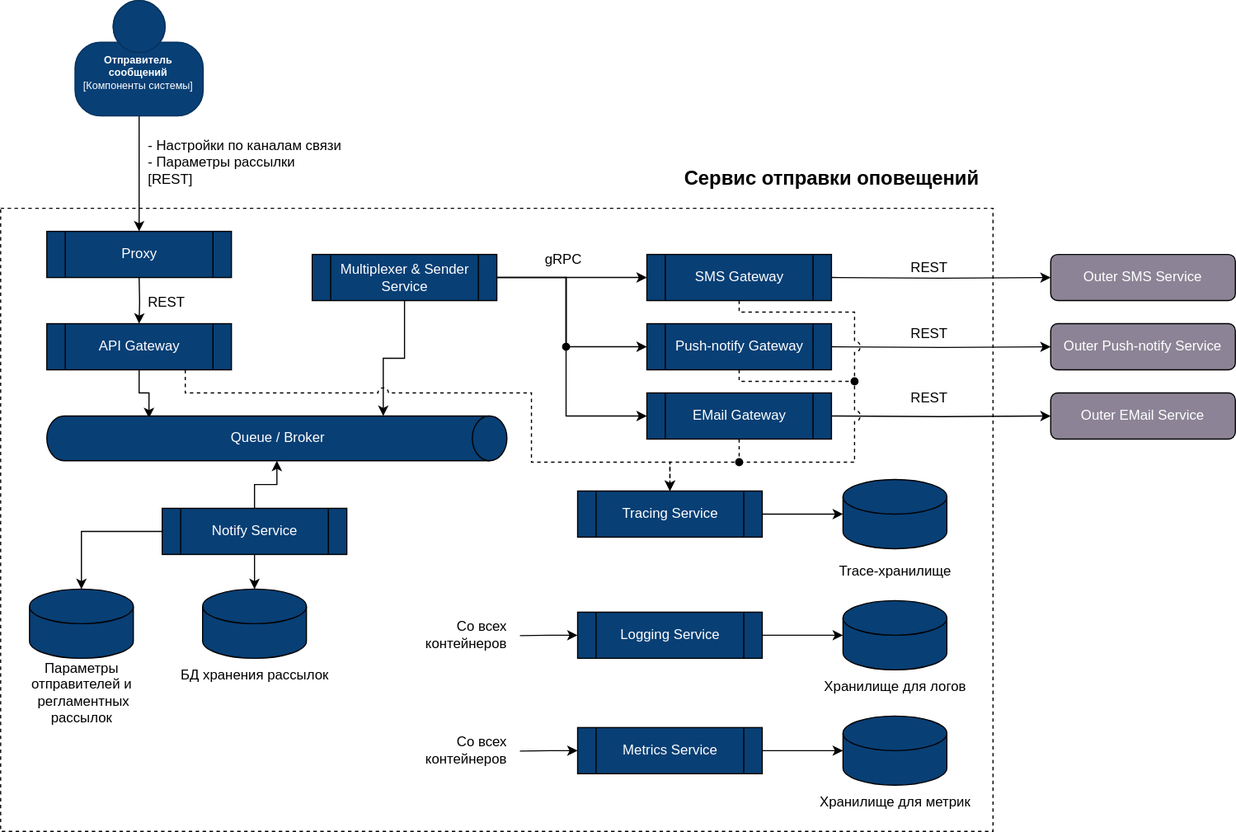
Yandex-Practicum/architect-practice-tpl keeps this draw.io diagram as notificator/static/c2.svg. Above is the earlier version. Source tidied: cells renumbered, new cells last; positions are measured from the earlier drawing's top-left corner, leaving out a move shared by most shapes.
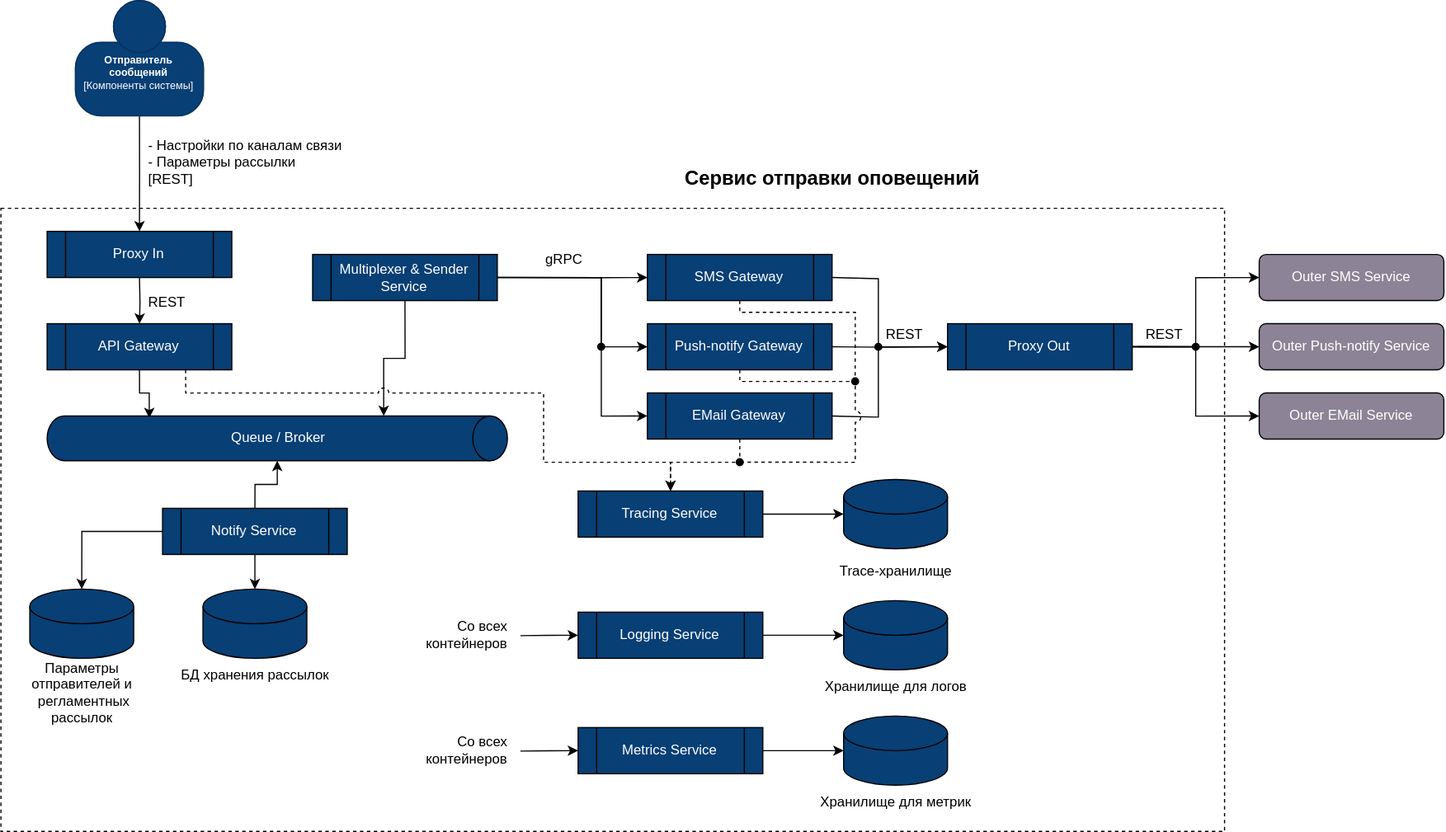
After the change.

Change to the diagram source:
```diff
@@ -3,7 +3,7 @@
     <mxCell id="0" />
     <mxCell id="1" parent="0" />
     <mxCell id="2" style="rounded=0;whiteSpace=wrap;html=1;fillColor=none;dashed=1;" parent="1" vertex="1">
-      <mxGeometry y="180" width="860" height="540" as="geometry" />
+      <mxGeometry y="180" width="1060" height="540" as="geometry" />
     </mxCell>
     <mxCell id="3" style="edgeStyle=orthogonalEdgeStyle;rounded=0;orthogonalLoop=1;jettySize=auto;html=1;exitX=0.5;exitY=1;exitDx=0;exitDy=0;entryX=0.5;entryY=0;entryDx=0;entryDy=0;" parent="1" edge="1">
       <mxGeometry relative="1" as="geometry">
@@ -27,31 +27,39 @@
     <mxCell id="7" value="REST" style="text;html=1;align=left;verticalAlign=middle;strokeColor=none;fillColor=none;" parent="1" vertex="1">
       <mxGeometry x="126" y="247" width="60" height="30" as="geometry" />
     </mxCell>
-    <mxCell id="8" style="edgeStyle=orthogonalEdgeStyle;rounded=0;jettySize=auto;html=1;exitX=1;exitY=0.5;exitDx=0;exitDy=0;entryX=0;entryY=0.5;entryDx=0;entryDy=0;" parent="1" edge="1" target="11">
+    <mxCell id="8" style="edgeStyle=orthogonalEdgeStyle;rounded=0;orthogonalLoop=1;jettySize=auto;html=1;exitX=1;exitY=0.5;exitDx=0;exitDy=0;endArrow=oval;endFill=1;" parent="1" edge="1">
       <mxGeometry relative="1" as="geometry">
         <mxPoint x="720" y="240" as="sourcePoint" />
+        <mxPoint x="760" y="300" as="targetPoint" />
+        <Array as="points">
+          <mxPoint x="720" y="241" />
+          <mxPoint x="760" y="241" />
+          <mxPoint x="760" y="300" />
+        </Array>
       </mxGeometry>
     </mxCell>
-    <mxCell id="9" style="edgeStyle=orthogonalEdgeStyle;rounded=0;jettySize=auto;html=1;exitX=1;exitY=0.5;exitDx=0;exitDy=0;entryX=0;entryY=0.5;entryDx=0;entryDy=0;" parent="1" edge="1" target="12">
-      <mxGeometry relative="1" as="geometry">
-        <mxPoint x="720" y="300" as="sourcePoint" />
-      </mxGeometry>
+    <mxCell id="9" style="edgeStyle=orthogonalEdgeStyle;rounded=0;jettySize=auto;html=1;exitX=1;exitY=0.5;exitDx=0;exitDy=0;entryX=0;entryY=0.5;entryDx=0;entryDy=0;" parent="1" edge="1" source="64" target="12">
+      <mxGeometry relative="1" as="geometry" />
     </mxCell>
-    <mxCell id="10" style="edgeStyle=orthogonalEdgeStyle;rounded=0;jettySize=auto;html=1;exitX=1;exitY=0.5;exitDx=0;exitDy=0;entryX=0;entryY=0.5;entryDx=0;entryDy=0;" parent="1" edge="1" target="13">
+    <mxCell id="10" style="edgeStyle=orthogonalEdgeStyle;rounded=0;jettySize=auto;html=1;exitX=1;exitY=0.5;exitDx=0;exitDy=0;entryX=0;entryY=0.5;entryDx=0;entryDy=0;" parent="1" edge="1" target="64">
       <mxGeometry relative="1" as="geometry">
         <mxPoint x="720" y="360" as="sourcePoint" />
+        <Array as="points">
+          <mxPoint x="760" y="361" />
+          <mxPoint x="760" y="300" />
+        </Array>
       </mxGeometry>
     </mxCell>
     <mxCell id="11" value="Outer SMS Service" style="rounded=1;whiteSpace=wrap;html=1;fillColor=#8c8496;fontColor=#ffffff;fontStyle=0;" parent="1" vertex="1">
-      <mxGeometry x="910" y="220" width="160" height="40" as="geometry" />
+      <mxGeometry x="1090" y="220" width="160" height="40" as="geometry" />
     </mxCell>
     <mxCell id="12" value="Outer Push-notify Service" style="rounded=1;whiteSpace=wrap;html=1;fillColor=#8c8496;fontColor=#ffffff;fontStyle=0;" parent="1" vertex="1">
-      <mxGeometry x="910" y="280" width="160" height="40" as="geometry" />
+      <mxGeometry x="1090" y="280" width="160" height="40" as="geometry" />
     </mxCell>
     <mxCell id="13" value="Outer EMail Service" style="rounded=1;whiteSpace=wrap;html=1;fillColor=#8c8496;fontColor=#ffffff;fontStyle=0;" parent="1" vertex="1">
-      <mxGeometry x="910" y="340" width="160" height="40" as="geometry" />
+      <mxGeometry x="1090" y="340" width="160" height="40" as="geometry" />
     </mxCell>
-    <mxCell id="14" value="Proxy" style="shape=process;whiteSpace=wrap;html=1;backgroundOutline=1;fillColor=#083f75;fontColor=#FFFFFF;" parent="1" vertex="1">
+    <mxCell id="14" value="Proxy In" style="shape=process;whiteSpace=wrap;html=1;backgroundOutline=1;fillColor=#083f75;fontColor=#FFFFFF;" parent="1" vertex="1">
       <mxGeometry x="40" y="200" width="160" height="40" as="geometry" />
     </mxCell>
     <mxCell id="15" value="API Gateway" style="shape=process;whiteSpace=wrap;html=1;backgroundOutline=1;fillColor=#083f75;fontColor=#FFFFFF;" parent="1" vertex="1">
@@ -112,26 +120,25 @@
     </mxCell>
     <mxCell id="32" style="edgeStyle=orthogonalEdgeStyle;rounded=0;jettySize=auto;html=1;entryX=0;entryY=0.5;entryDx=0;entryDy=0;startArrow=oval;startFill=1;" parent="1" edge="1" target="28">
       <mxGeometry relative="1" as="geometry">
-        <mxPoint x="490" y="300" as="sourcePoint" />
+        <mxPoint x="520" y="300" as="sourcePoint" />
         <Array as="points">
-          <mxPoint x="490" y="300" />
-          <mxPoint x="490" y="240" />
+          <mxPoint x="520" y="240" />
         </Array>
       </mxGeometry>
     </mxCell>
     <mxCell id="33" style="edgeStyle=orthogonalEdgeStyle;rounded=0;jettySize=auto;html=1;exitX=1;exitY=0.5;exitDx=0;exitDy=0;entryX=0;entryY=0.5;entryDx=0;entryDy=0;" parent="1" edge="1" source="35" target="29">
       <mxGeometry relative="1" as="geometry">
         <Array as="points">
-          <mxPoint x="490" y="240" />
-          <mxPoint x="490" y="300" />
+          <mxPoint x="520" y="240" />
+          <mxPoint x="520" y="300" />
         </Array>
       </mxGeometry>
     </mxCell>
     <mxCell id="34" style="edgeStyle=orthogonalEdgeStyle;rounded=0;jettySize=auto;html=1;exitX=1;exitY=0.5;exitDx=0;exitDy=0;entryX=0;entryY=0.5;entryDx=0;entryDy=0;" parent="1" edge="1" source="35" target="31">
       <mxGeometry relative="1" as="geometry">
         <Array as="points">
-          <mxPoint x="490" y="240" />
-          <mxPoint x="490" y="360" />
+          <mxPoint x="520" y="240" />
+          <mxPoint x="520" y="360" />
         </Array>
       </mxGeometry>
     </mxCell>
@@ -222,23 +229,40 @@
       <mxGeometry x="580" y="140" width="280" height="30" as="geometry" />
     </mxCell>
     <mxCell id="58" value="REST" style="text;html=1;align=left;verticalAlign=middle;strokeColor=none;fillColor=none;" parent="1" vertex="1">
-      <mxGeometry x="787" y="217" width="60" height="30" as="geometry" />
+      <mxGeometry x="765" y="275" width="60" height="30" as="geometry" />
     </mxCell>
-    <mxCell id="59" value="REST" style="text;html=1;align=left;verticalAlign=middle;strokeColor=none;fillColor=none;" parent="1" vertex="1">
-      <mxGeometry x="787" y="274" width="60" height="30" as="geometry" />
+    <mxCell id="59" style="edgeStyle=orthogonalEdgeStyle;rounded=0;jettySize=auto;html=1;exitX=0.75;exitY=1;exitDx=0;exitDy=0;entryX=0.5;entryY=0;entryDx=0;entryDy=0;dashed=1;jumpStyle=arc;jumpSize=9;" parent="1" edge="1" source="15" target="51">
+      <mxGeometry relative="1" as="geometry">
+        <Array as="points">
+          <mxPoint x="160" y="340" />
+          <mxPoint x="470" y="340" />
+          <mxPoint x="470" y="400" />
+          <mxPoint x="580" y="400" />
+        </Array>
+      </mxGeometry>
     </mxCell>
-    <mxCell id="60" value="REST" style="text;html=1;align=left;verticalAlign=middle;strokeColor=none;fillColor=none;" parent="1" vertex="1">
-      <mxGeometry x="787" y="330" width="60" height="30" as="geometry" />
+    <mxCell id="60" style="edgeStyle=orthogonalEdgeStyle;rounded=0;jettySize=auto;html=1;exitX=1;exitY=0.5;exitDx=0;exitDy=0;entryX=0;entryY=0.5;entryDx=0;entryDy=0;" parent="1" edge="1" target="64">
+      <mxGeometry relative="1" as="geometry">
+        <mxPoint x="720" y="300" as="sourcePoint" />
+      </mxGeometry>
     </mxCell>
-    <mxCell id="61" style="edgeStyle=orthogonalEdgeStyle;rounded=0;jettySize=auto;html=1;exitX=0.75;exitY=1;exitDx=0;exitDy=0;entryX=0.5;entryY=0;entryDx=0;entryDy=0;dashed=1;jumpStyle=arc;jumpSize=9;" parent="1" edge="1" source="15" target="51">
-      <mxGeometry relative="1" as="geometry">
-        <Array as="points">
-          <mxPoint x="160" y="340" />
-          <mxPoint x="460" y="340" />
-          <mxPoint x="460" y="400" />
-          <mxPoint x="580" y="400" />
-        </Array>
-      </mxGeometry>
+    <mxCell id="61" style="edgeStyle=orthogonalEdgeStyle;rounded=0;jettySize=auto;html=1;exitX=1;exitY=0.5;exitDx=0;exitDy=0;entryX=0;entryY=0.5;entryDx=0;entryDy=0;" parent="1" edge="1" source="64" target="11">
+      <mxGeometry relative="1" as="geometry" />
     </mxCell>
+    <mxCell id="62" style="edgeStyle=orthogonalEdgeStyle;rounded=0;jettySize=auto;html=1;exitX=1;exitY=0.5;exitDx=0;exitDy=0;entryX=0;entryY=0.5;entryDx=0;entryDy=0;" parent="1" edge="1" source="64" target="13">
+      <mxGeometry relative="1" as="geometry" />
+    </mxCell>
+    <mxCell id="63" style="edgeStyle=orthogonalEdgeStyle;rounded=0;orthogonalLoop=1;jettySize=auto;html=1;exitX=1;exitY=0.5;exitDx=0;exitDy=0;endArrow=oval;endFill=1;" parent="1" edge="1">
+      <mxGeometry relative="1" as="geometry">
+        <mxPoint x="985" y="300" as="sourcePoint" />
+        <mxPoint x="1035" y="300" as="targetPoint" />
+      </mxGeometry>
+    </mxCell>
+    <mxCell id="64" value="Proxy Out" style="shape=process;whiteSpace=wrap;html=1;backgroundOutline=1;fillColor=#083f75;fontColor=#FFFFFF;" parent="1" vertex="1">
+      <mxGeometry x="820" y="280" width="160" height="40" as="geometry" />
+    </mxCell>
+    <mxCell id="65" value="REST" style="text;html=1;align=left;verticalAlign=middle;strokeColor=none;fillColor=none;" parent="1" vertex="1">
+      <mxGeometry x="990" y="275" width="60" height="30" as="geometry" />
+    </mxCell>
   </root>
 </mxGraphModel>
```
